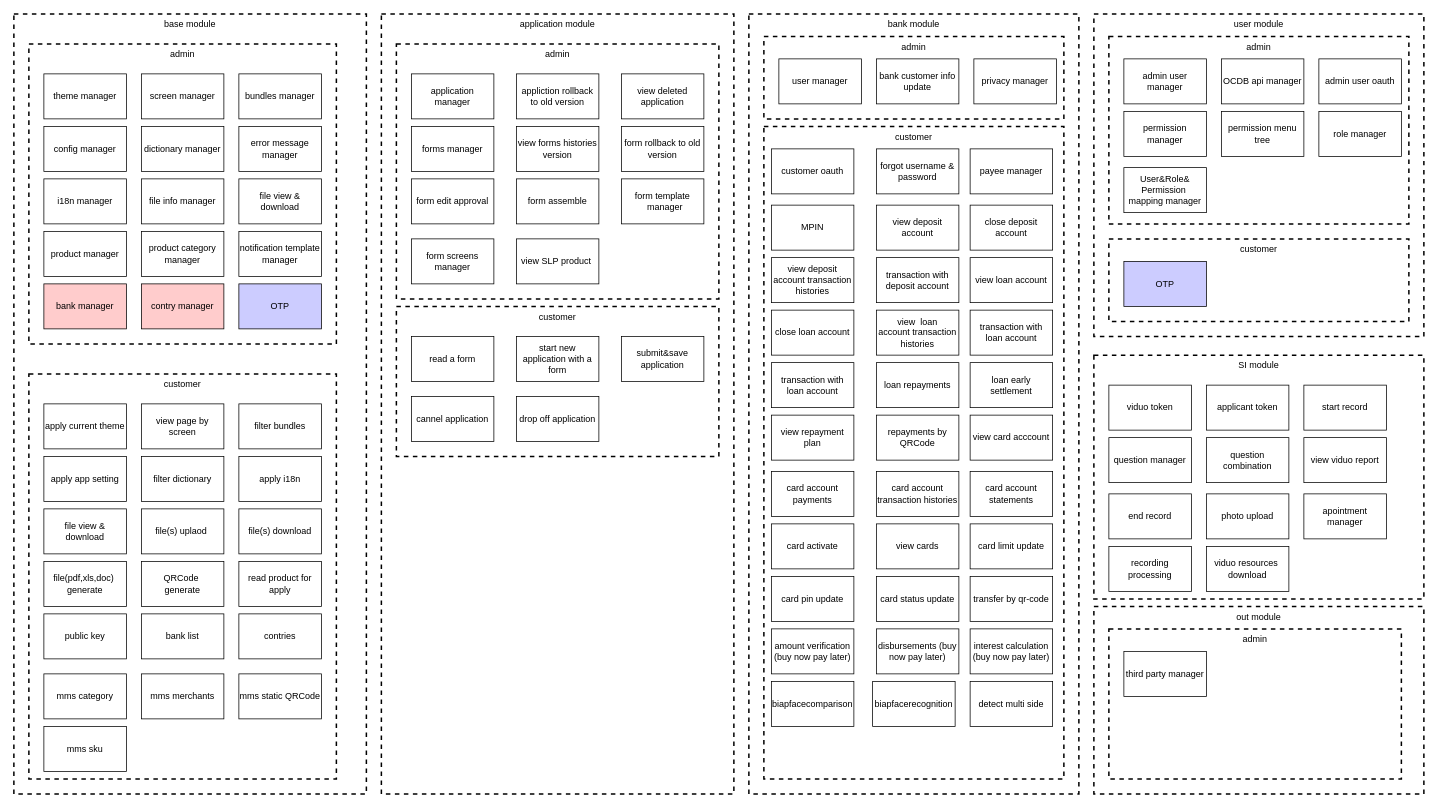
This is user/ocmb-api-classification-n.drawio from jiangwu85/cloud-config-samples, a draw.io file, before an edit. Source tidied: cells renumbered, new cells numbered last; positions are measured from the earlier drawing's top-left corner, leaving out a move shared by most shapes. Both pictures are drawn from the tidied source at 75%, with x=0, y=0 at pixel (14, 14).
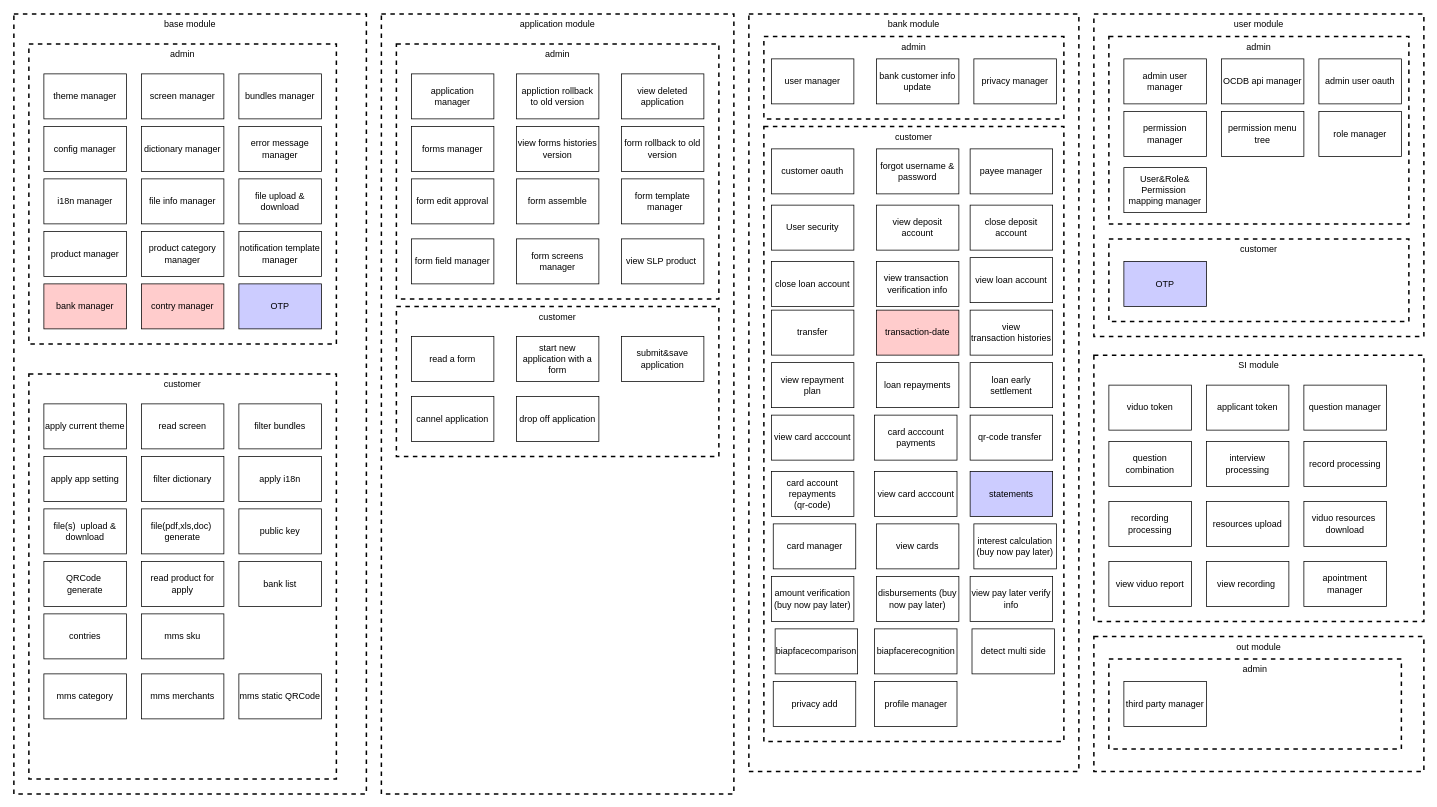
The same page after the edit.

Change to the diagram source:
```diff
@@
     <mxCell id="18" value="form screens manager" style="rounded=0;whiteSpace=wrap;html=1;fontColor=#000000;fillColor=none;" parent="1" vertex="1">
-      <mxGeometry x="530" y="300" width="110" height="60" as="geometry" />
+      <mxGeometry x="670" y="300" width="110" height="60" as="geometry" />
     </mxCell>
     <mxCell id="19" value="view SLP product&amp;nbsp;" style="rounded=0;whiteSpace=wrap;html=1;fontColor=#000000;fillColor=none;" parent="1" vertex="1">
-      <mxGeometry x="670" y="300" width="110" height="60" as="geometry" />
+      <mxGeometry x="810" y="300" width="110" height="60" as="geometry" />
     </mxCell>
@@
     <mxCell id="27" value="mms&amp;nbsp;sku" style="rounded=0;whiteSpace=wrap;html=1;fontColor=#000000;fillColor=none;" parent="1" vertex="1">
-      <mxGeometry x="40" y="950" width="110" height="60" as="geometry" />
+      <mxGeometry x="170" y="800" width="110" height="60" as="geometry" />
     </mxCell>
@@
-    <mxCell id="36" value="file view &amp;amp; download" style="rounded=0;whiteSpace=wrap;html=1;fontColor=#000000;fillColor=none;" parent="1" vertex="1">
+    <mxCell id="36" value="file upload &amp;amp; download" style="rounded=0;whiteSpace=wrap;html=1;fontColor=#000000;fillColor=none;" parent="1" vertex="1">
       <mxGeometry x="300" y="220" width="110" height="60" as="geometry" />
     </mxCell>
@@
-    <mxCell id="41" value="view page by screen" style="rounded=0;whiteSpace=wrap;html=1;fontColor=#000000;fillColor=none;" parent="1" vertex="1">
+    <mxCell id="41" value="read screen" style="rounded=0;whiteSpace=wrap;html=1;fontColor=#000000;fillColor=none;" parent="1" vertex="1">
       <mxGeometry x="170" y="520" width="110" height="60" as="geometry" />
     </mxCell>
@@
-    <mxCell id="45" value="file view &amp;amp; download" style="rounded=0;whiteSpace=wrap;html=1;fontColor=#000000;fillColor=none;" parent="1" vertex="1">
+    <mxCell id="45" value="file(s)&amp;nbsp; upload &amp;amp; download" style="rounded=0;whiteSpace=wrap;html=1;fontColor=#000000;fillColor=none;" parent="1" vertex="1">
       <mxGeometry x="40" y="660" width="110" height="60" as="geometry" />
     </mxCell>
@@
-    <mxCell id="47" value="file(s) uplaod&amp;nbsp;" style="rounded=0;whiteSpace=wrap;html=1;fontColor=#000000;fillColor=none;" parent="1" vertex="1">
-      <mxGeometry x="170" y="660" width="110" height="60" as="geometry" />
-    </mxCell>
-    <mxCell id="48" value="file(s) download" style="rounded=0;whiteSpace=wrap;html=1;fontColor=#000000;fillColor=none;" parent="1" vertex="1">
-      <mxGeometry x="300" y="660" width="110" height="60" as="geometry" />
-    </mxCell>
     <mxCell id="49" value="file(pdf,xls,doc)&amp;nbsp;&lt;div&gt;generate&lt;/div&gt;" style="rounded=0;whiteSpace=wrap;html=1;fontColor=#000000;fillColor=none;" parent="1" vertex="1">
-      <mxGeometry x="40" y="730" width="110" height="60" as="geometry" />
+      <mxGeometry x="170" y="660" width="110" height="60" as="geometry" />
     </mxCell>
     <mxCell id="50" value="QRCode&amp;nbsp;&lt;div&gt;generate&lt;/div&gt;" style="rounded=0;whiteSpace=wrap;html=1;fontColor=#000000;fillColor=none;" parent="1" vertex="1">
-      <mxGeometry x="170" y="730" width="110" height="60" as="geometry" />
+      <mxGeometry x="40" y="730" width="110" height="60" as="geometry" />
     </mxCell>
     <mxCell id="51" value="read product&amp;nbsp;for apply" style="rounded=0;whiteSpace=wrap;html=1;fontColor=#000000;fillColor=none;" parent="1" vertex="1">
-      <mxGeometry x="300" y="730" width="110" height="60" as="geometry" />
+      <mxGeometry x="170" y="730" width="110" height="60" as="geometry" />
     </mxCell>
     <mxCell id="52" value="public key" style="rounded=0;whiteSpace=wrap;html=1;fontColor=#000000;fillColor=none;" parent="1" vertex="1">
-      <mxGeometry x="40" y="800" width="110" height="60" as="geometry" />
+      <mxGeometry x="300" y="660" width="110" height="60" as="geometry" />
     </mxCell>
     <mxCell id="53" value="bank list" style="rounded=0;whiteSpace=wrap;html=1;fontColor=#000000;fillColor=none;" parent="1" vertex="1">
-      <mxGeometry x="170" y="800" width="110" height="60" as="geometry" />
+      <mxGeometry x="300" y="730" width="110" height="60" as="geometry" />
     </mxCell>
     <mxCell id="54" value="&lt;span style=&quot;font-weight: 400;&quot;&gt;bank module&lt;/span&gt;" style="rounded=0;whiteSpace=wrap;html=1;dashed=1;strokeWidth=2;fillColor=none;verticalAlign=top;fontStyle=1;" parent="1" vertex="1">
-      <mxGeometry x="980" width="440" height="1040" as="geometry" />
+      <mxGeometry x="980" width="440" height="1010" as="geometry" />
     </mxCell>
@@
     <mxCell id="56" value="&lt;span style=&quot;font-weight: 400;&quot;&gt;customer&lt;/span&gt;" style="rounded=0;whiteSpace=wrap;html=1;dashed=1;strokeWidth=2;fillColor=none;verticalAlign=top;fontStyle=1;" parent="1" vertex="1">
-      <mxGeometry x="1000" y="150" width="400" height="870" as="geometry" />
+      <mxGeometry x="1000" y="150" width="400" height="820" as="geometry" />
     </mxCell>
     <mxCell id="57" value="user manager" style="rounded=0;whiteSpace=wrap;html=1;fontColor=#000000;fillColor=none;" parent="1" vertex="1">
-      <mxGeometry x="1020" y="60" width="110" height="60" as="geometry" />
+      <mxGeometry x="1010" y="60" width="110" height="60" as="geometry" />
     </mxCell>
-    <mxCell id="58" value="privacy manager" style="rounded=0;whiteSpace=wrap;html=1;fontColor=#000000;fillColor=none;" parent="1" vertex="1">
+    <mxCell id="58" value="&lt;span style=&quot;font-weight: normal;&quot;&gt;privacy manager&lt;/span&gt;" style="rounded=0;whiteSpace=wrap;html=1;fontColor=#000000;fillColor=none;fontStyle=1;" parent="1" vertex="1">
       <mxGeometry x="1280" y="60" width="110" height="60" as="geometry" />
     </mxCell>
     <mxCell id="59" value="contries" style="rounded=0;whiteSpace=wrap;html=1;fontColor=#000000;fillColor=none;" parent="1" vertex="1">
-      <mxGeometry x="300" y="800" width="110" height="60" as="geometry" />
+      <mxGeometry x="40" y="800" width="110" height="60" as="geometry" />
     </mxCell>
@@
-    <mxCell id="64" value="MPIN" style="rounded=0;whiteSpace=wrap;html=1;fontColor=#000000;fillColor=none;" parent="1" vertex="1">
+    <mxCell id="64" value="User security" style="rounded=0;whiteSpace=wrap;html=1;fontColor=#000000;fillColor=none;" parent="1" vertex="1">
       <mxGeometry x="1010" y="255" width="110" height="60" as="geometry" />
     </mxCell>
@@
-    <mxCell id="67" value="view deposit account&amp;nbsp;transaction histories" style="rounded=0;whiteSpace=wrap;html=1;fontColor=#000000;fillColor=none;" parent="1" vertex="1">
-      <mxGeometry x="1010" y="325" width="110" height="60" as="geometry" />
-    </mxCell>
-    <mxCell id="68" value="transaction with deposit account" style="rounded=0;whiteSpace=wrap;html=1;fontColor=#000000;fillColor=none;" parent="1" vertex="1">
-      <mxGeometry x="1150" y="325" width="110" height="60" as="geometry" />
+    <mxCell id="68" value="view transaction&amp;nbsp;histories" style="rounded=0;whiteSpace=wrap;html=1;fontColor=#000000;fillColor=none;" parent="1" vertex="1">
+      <mxGeometry x="1275" y="395" width="110" height="60" as="geometry" />
     </mxCell>
@@
     <mxCell id="70" value="close loan account" style="rounded=0;whiteSpace=wrap;html=1;fontColor=#000000;fillColor=none;" parent="1" vertex="1">
-      <mxGeometry x="1010" y="395" width="110" height="60" as="geometry" />
+      <mxGeometry x="1010" y="330" width="110" height="60" as="geometry" />
     </mxCell>
-    <mxCell id="71" value="view&amp;nbsp; loan account&amp;nbsp;transaction histories" style="rounded=0;whiteSpace=wrap;html=1;fontColor=#000000;fillColor=none;" parent="1" vertex="1">
-      <mxGeometry x="1150" y="395" width="110" height="60" as="geometry" />
-    </mxCell>
-    <mxCell id="72" value="transaction with loan account" style="rounded=0;whiteSpace=wrap;html=1;fontColor=#000000;fillColor=none;" parent="1" vertex="1">
-      <mxGeometry x="1275" y="395" width="110" height="60" as="geometry" />
-    </mxCell>
-    <mxCell id="73" value="transaction with loan account" style="rounded=0;whiteSpace=wrap;html=1;fontColor=#000000;fillColor=none;" parent="1" vertex="1">
-      <mxGeometry x="1010" y="465" width="110" height="60" as="geometry" />
-    </mxCell>
@@
     <mxCell id="76" value="view repayment plan" style="rounded=0;whiteSpace=wrap;html=1;fontColor=#000000;fillColor=none;" parent="1" vertex="1">
-      <mxGeometry x="1010" y="535" width="110" height="60" as="geometry" />
+      <mxGeometry x="1010" y="465" width="110" height="60" as="geometry" />
     </mxCell>
-    <mxCell id="77" value="repayments by QRCode" style="rounded=0;whiteSpace=wrap;html=1;fontColor=#000000;fillColor=none;" parent="1" vertex="1">
-      <mxGeometry x="1150" y="535" width="110" height="60" as="geometry" />
+    <mxCell id="77" value="card acccount payments" style="rounded=0;whiteSpace=wrap;html=1;fontColor=#000000;fillColor=none;" parent="1" vertex="1">
+      <mxGeometry x="1147.5" y="535" width="110" height="60" as="geometry" />
     </mxCell>
     <mxCell id="78" value="view card acccount" style="rounded=0;whiteSpace=wrap;html=1;fontColor=#000000;fillColor=none;" parent="1" vertex="1">
-      <mxGeometry x="1275" y="535" width="110" height="60" as="geometry" />
+      <mxGeometry x="1010" y="535" width="110" height="60" as="geometry" />
     </mxCell>
-    <mxCell id="79" value="card account payments" style="rounded=0;whiteSpace=wrap;html=1;fontColor=#000000;fillColor=none;" parent="1" vertex="1">
+    <mxCell id="79" value="card account repayments&lt;br&gt;(qr-code)" style="rounded=0;whiteSpace=wrap;html=1;fontColor=#000000;fillColor=none;" parent="1" vertex="1">
       <mxGeometry x="1010" y="610" width="110" height="60" as="geometry" />
     </mxCell>
-    <mxCell id="80" value="card account transaction histories" style="rounded=0;whiteSpace=wrap;html=1;fontColor=#000000;fillColor=none;" parent="1" vertex="1">
-      <mxGeometry x="1150" y="610" width="110" height="60" as="geometry" />
-    </mxCell>
-    <mxCell id="81" value="card account statements" style="rounded=0;whiteSpace=wrap;html=1;fontColor=#000000;fillColor=none;" parent="1" vertex="1">
+    <mxCell id="81" value="statements" style="rounded=0;whiteSpace=wrap;html=1;fontColor=#000000;fillColor=#CCCCFF;gradientColor=none;" parent="1" vertex="1">
       <mxGeometry x="1275" y="610" width="110" height="60" as="geometry" />
     </mxCell>
-    <mxCell id="82" value="card activate" style="rounded=0;whiteSpace=wrap;html=1;fontColor=#000000;fillColor=none;" parent="1" vertex="1">
-      <mxGeometry x="1010" y="680" width="110" height="60" as="geometry" />
-    </mxCell>
@@
-    <mxCell id="84" value="card limit update" style="rounded=0;whiteSpace=wrap;html=1;fontColor=#000000;fillColor=none;" parent="1" vertex="1">
-      <mxGeometry x="1275" y="680" width="110" height="60" as="geometry" />
+    <mxCell id="84" value="card manager" style="rounded=0;whiteSpace=wrap;html=1;fontColor=#000000;fillColor=none;" parent="1" vertex="1">
+      <mxGeometry x="1012.5" y="680" width="110" height="60" as="geometry" />
     </mxCell>
-    <mxCell id="85" value="card pin update" style="rounded=0;whiteSpace=wrap;html=1;fontColor=#000000;fillColor=none;" parent="1" vertex="1">
-      <mxGeometry x="1010" y="750" width="110" height="60" as="geometry" />
-    </mxCell>
-    <mxCell id="86" value="card status update" style="rounded=0;whiteSpace=wrap;html=1;fontColor=#000000;fillColor=none;" parent="1" vertex="1">
-      <mxGeometry x="1150" y="750" width="110" height="60" as="geometry" />
-    </mxCell>
-    <mxCell id="87" value="transfer by qr-code" style="rounded=0;whiteSpace=wrap;html=1;fontColor=#000000;fillColor=none;" parent="1" vertex="1">
-      <mxGeometry x="1275" y="750" width="110" height="60" as="geometry" />
+    <mxCell id="87" value="qr-code transfer&amp;nbsp;" style="rounded=0;whiteSpace=wrap;html=1;fontColor=#000000;fillColor=none;" parent="1" vertex="1">
+      <mxGeometry x="1275" y="535" width="110" height="60" as="geometry" />
     </mxCell>
     <mxCell id="88" value="amount verification (buy now pay later)" style="rounded=0;whiteSpace=wrap;html=1;fontColor=#000000;fillColor=none;" parent="1" vertex="1">
-      <mxGeometry x="1010" y="820" width="110" height="60" as="geometry" />
+      <mxGeometry x="1010" y="750" width="110" height="60" as="geometry" />
     </mxCell>
     <mxCell id="89" value="disbursements (buy now pay later)" style="rounded=0;whiteSpace=wrap;html=1;fontColor=#000000;fillColor=none;" parent="1" vertex="1">
-      <mxGeometry x="1150" y="820" width="110" height="60" as="geometry" />
+      <mxGeometry x="1150" y="750" width="110" height="60" as="geometry" />
     </mxCell>
     <mxCell id="90" value="interest calculation (buy now pay later)" style="rounded=0;whiteSpace=wrap;html=1;fontColor=#000000;fillColor=none;" parent="1" vertex="1">
-      <mxGeometry x="1275" y="820" width="110" height="60" as="geometry" />
+      <mxGeometry x="1280" y="680" width="110" height="60" as="geometry" />
     </mxCell>
     <mxCell id="91" value="biapfacecomparison" style="rounded=0;whiteSpace=wrap;html=1;fontColor=#000000;fillColor=none;" parent="1" vertex="1">
-      <mxGeometry x="1010" y="890" width="110" height="60" as="geometry" />
+      <mxGeometry x="1015" y="820" width="110" height="60" as="geometry" />
     </mxCell>
     <mxCell id="92" value="biapfacerecognition" style="rounded=0;whiteSpace=wrap;html=1;fontColor=#000000;fillColor=none;" parent="1" vertex="1">
-      <mxGeometry x="1145" y="890" width="110" height="60" as="geometry" />
+      <mxGeometry x="1147.5" y="820" width="110" height="60" as="geometry" />
     </mxCell>
     <mxCell id="93" value="detect multi side" style="rounded=0;whiteSpace=wrap;html=1;fontColor=#000000;fillColor=none;" parent="1" vertex="1">
-      <mxGeometry x="1275" y="890" width="110" height="60" as="geometry" />
+      <mxGeometry x="1277.5" y="820" width="110" height="60" as="geometry" />
     </mxCell>
@@
     <mxCell id="105" value="&lt;span style=&quot;font-weight: 400;&quot;&gt;out module&lt;/span&gt;" style="rounded=0;whiteSpace=wrap;html=1;dashed=1;strokeWidth=2;fillColor=none;verticalAlign=top;fontStyle=1;" parent="1" vertex="1">
-      <mxGeometry x="1440" y="790" width="440" height="250" as="geometry" />
+      <mxGeometry x="1440" y="830" width="440" height="180" as="geometry" />
     </mxCell>
     <mxCell id="106" value="&lt;span style=&quot;font-weight: 400;&quot;&gt;admin&lt;/span&gt;" style="rounded=0;whiteSpace=wrap;html=1;dashed=1;strokeWidth=2;fillColor=none;verticalAlign=top;fontStyle=1;" parent="1" vertex="1">
-      <mxGeometry x="1460" y="820" width="390" height="200" as="geometry" />
+      <mxGeometry x="1460" y="860" width="390" height="120" as="geometry" />
     </mxCell>
     <mxCell id="107" value="third party manager" style="rounded=0;whiteSpace=wrap;html=1;fontColor=#000000;fillColor=none;" parent="1" vertex="1">
-      <mxGeometry x="1480" y="850" width="110" height="60" as="geometry" />
+      <mxGeometry x="1480" y="890" width="110" height="60" as="geometry" />
     </mxCell>
     <mxCell id="108" value="&lt;span style=&quot;font-weight: 400;&quot;&gt;SI module&lt;/span&gt;" style="rounded=0;whiteSpace=wrap;html=1;dashed=1;strokeWidth=2;fillColor=none;verticalAlign=top;fontStyle=1;" parent="1" vertex="1">
-      <mxGeometry x="1440" y="455" width="440" height="325" as="geometry" />
+      <mxGeometry x="1440" y="455" width="440" height="355" as="geometry" />
     </mxCell>
@@
-    <mxCell id="111" value="start record" style="rounded=0;whiteSpace=wrap;html=1;fontColor=#000000;fillColor=none;" parent="1" vertex="1">
-      <mxGeometry x="1720" y="495" width="110" height="60" as="geometry" />
-    </mxCell>
-    <mxCell id="112" value="end record" style="rounded=0;whiteSpace=wrap;html=1;fontColor=#000000;fillColor=none;" parent="1" vertex="1">
-      <mxGeometry x="1460" y="640" width="110" height="60" as="geometry" />
-    </mxCell>
-    <mxCell id="113" value="photo upload" style="rounded=0;whiteSpace=wrap;html=1;fontColor=#000000;fillColor=none;" parent="1" vertex="1">
-      <mxGeometry x="1590" y="640" width="110" height="60" as="geometry" />
+    <mxCell id="113" value="resources upload" style="rounded=0;whiteSpace=wrap;html=1;fontColor=#000000;fillColor=none;" parent="1" vertex="1">
+      <mxGeometry x="1590" y="650" width="110" height="60" as="geometry" />
     </mxCell>
     <mxCell id="114" value="apointment manager" style="rounded=0;whiteSpace=wrap;html=1;fontColor=#000000;fillColor=none;" parent="1" vertex="1">
-      <mxGeometry x="1720" y="640" width="110" height="60" as="geometry" />
+      <mxGeometry x="1720" y="730" width="110" height="60" as="geometry" />
     </mxCell>
     <mxCell id="115" value="question manager" style="rounded=0;whiteSpace=wrap;html=1;fontColor=#000000;fillColor=none;" parent="1" vertex="1">
-      <mxGeometry x="1460" y="565" width="110" height="60" as="geometry" />
+      <mxGeometry x="1720" y="495" width="110" height="60" as="geometry" />
     </mxCell>
     <mxCell id="116" value="question combination" style="rounded=0;whiteSpace=wrap;html=1;fontColor=#000000;fillColor=none;" parent="1" vertex="1">
-      <mxGeometry x="1590" y="565" width="110" height="60" as="geometry" />
+      <mxGeometry x="1460" y="570" width="110" height="60" as="geometry" />
     </mxCell>
     <mxCell id="117" value="view viduo report" style="rounded=0;whiteSpace=wrap;html=1;fontColor=#000000;fillColor=none;" parent="1" vertex="1">
-      <mxGeometry x="1720" y="565" width="110" height="60" as="geometry" />
+      <mxGeometry x="1460" y="730" width="110" height="60" as="geometry" />
     </mxCell>
     <mxCell id="118" value="&lt;div&gt;recording processing&lt;/div&gt;" style="rounded=0;whiteSpace=wrap;html=1;fontColor=#000000;fillColor=none;" parent="1" vertex="1">
-      <mxGeometry x="1460" y="710" width="110" height="60" as="geometry" />
+      <mxGeometry x="1460" y="650" width="110" height="60" as="geometry" />
     </mxCell>
     <mxCell id="119" value="&lt;div&gt;viduo resources&amp;nbsp;&lt;/div&gt;download" style="rounded=0;whiteSpace=wrap;html=1;fontColor=#000000;fillColor=none;" parent="1" vertex="1">
-      <mxGeometry x="1590" y="710" width="110" height="60" as="geometry" />
+      <mxGeometry x="1720" y="650" width="110" height="60" as="geometry" />
     </mxCell>
@@
+    <mxCell id="123" value="form field manager" style="rounded=0;whiteSpace=wrap;html=1;fontColor=#000000;fillColor=none;" parent="1" vertex="1">
+      <mxGeometry x="530" y="300" width="110" height="60" as="geometry" />
+    </mxCell>
+    <mxCell id="124" value="privacy add" style="rounded=0;whiteSpace=wrap;html=1;fontColor=#000000;fillColor=none;" parent="1" vertex="1">
+      <mxGeometry x="1012.5" y="890" width="110" height="60" as="geometry" />
+    </mxCell>
+    <mxCell id="125" value="profile manager" style="rounded=0;whiteSpace=wrap;html=1;fontColor=#000000;fillColor=none;" parent="1" vertex="1">
+      <mxGeometry x="1147.5" y="890" width="110" height="60" as="geometry" />
+    </mxCell>
+    <mxCell id="126" value="view pay later verify info" style="rounded=0;whiteSpace=wrap;html=1;fontColor=#000000;fillColor=none;" parent="1" vertex="1">
+      <mxGeometry x="1275" y="750" width="110" height="60" as="geometry" />
+    </mxCell>
+    <mxCell id="127" value="view transaction&amp;nbsp;&lt;br&gt;verification info" style="rounded=0;whiteSpace=wrap;html=1;fontColor=#000000;fillColor=none;" parent="1" vertex="1">
+      <mxGeometry x="1150" y="330" width="110" height="60" as="geometry" />
+    </mxCell>
+    <mxCell id="128" value="transfer" style="rounded=0;whiteSpace=wrap;html=1;fontColor=#000000;fillColor=none;" parent="1" vertex="1">
+      <mxGeometry x="1010" y="395" width="110" height="60" as="geometry" />
+    </mxCell>
+    <mxCell id="129" value="transaction-date" style="rounded=0;whiteSpace=wrap;html=1;fontColor=#000000;fillColor=#FFCCCC;" parent="1" vertex="1">
+      <mxGeometry x="1150" y="395" width="110" height="60" as="geometry" />
+    </mxCell>
+    <mxCell id="130" value="view card acccount" style="rounded=0;whiteSpace=wrap;html=1;fontColor=#000000;fillColor=none;" parent="1" vertex="1">
+      <mxGeometry x="1147.5" y="610" width="110" height="60" as="geometry" />
+    </mxCell>
+    <mxCell id="131" value="&lt;div&gt;view recording&amp;nbsp;&lt;/div&gt;" style="rounded=0;whiteSpace=wrap;html=1;fontColor=#000000;fillColor=none;" parent="1" vertex="1">
+      <mxGeometry x="1590" y="730" width="110" height="60" as="geometry" />
+    </mxCell>
+    <mxCell id="132" value="&lt;div&gt;record processing&lt;/div&gt;" style="rounded=0;whiteSpace=wrap;html=1;fontColor=#000000;fillColor=none;" parent="1" vertex="1">
+      <mxGeometry x="1720" y="570" width="110" height="60" as="geometry" />
+    </mxCell>
+    <mxCell id="133" value="&lt;div&gt;interview processing&lt;/div&gt;" style="rounded=0;whiteSpace=wrap;html=1;fontColor=#000000;fillColor=none;" parent="1" vertex="1">
+      <mxGeometry x="1590" y="570" width="110" height="60" as="geometry" />
+    </mxCell>
```
